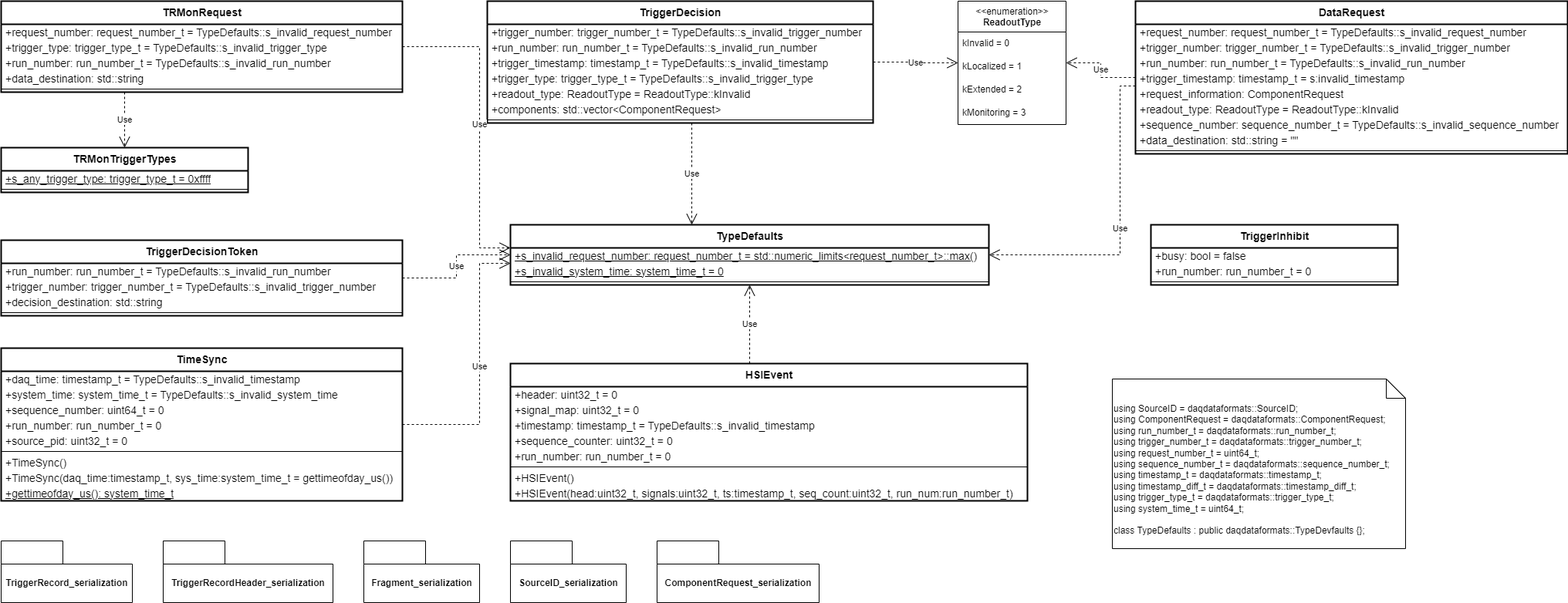
The draw.io diagram docs/dfmessages.png in DUNE-DAQ/dfmessages, before a commit. Source tidied: cells renumbered, new cells last; positions are measured from the earlier drawing's top-left corner, leaving out a move shared by most shapes.
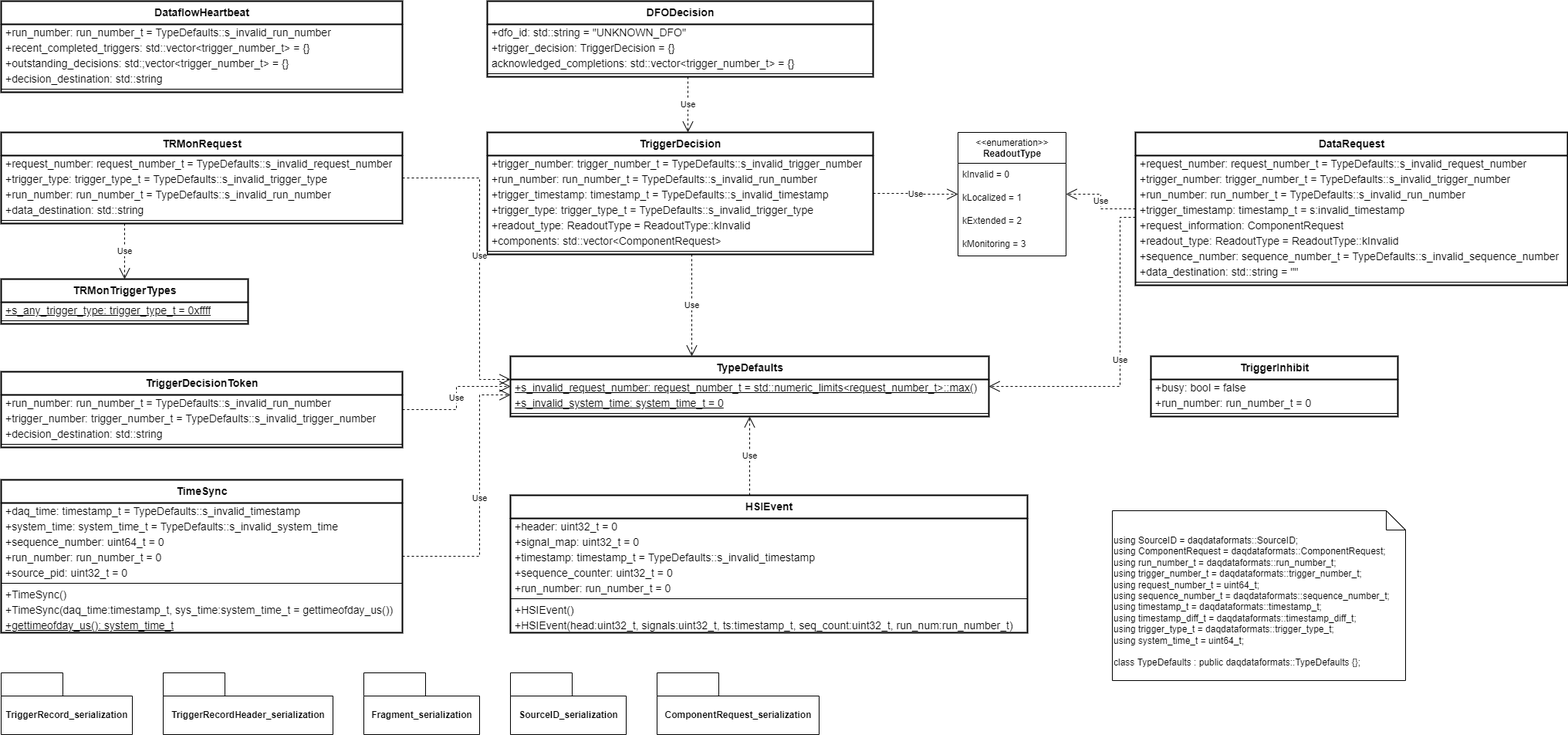
The same diagram one commit later.

Commit message:
Add DFODecision and DataflowHeartbeat to documentation

What changed in the source:
```diff
@@ -179,7 +179,7 @@
     <mxCell id="60" style="line;strokeWidth=1;fillColor=none;align=left;verticalAlign=middle;spacingTop=-1;spacingLeft=3;spacingRight=3;labelPosition=right;fontFamily=Helvetica;fontSize=14;" parent="57" vertex="1">
       <mxGeometry y="70" width="620" height="8" as="geometry" />
     </mxCell>
-    <mxCell id="61" value="using SourceID = daqdataformats::SourceID;&lt;br&gt;using ComponentRequest = daqdataformats::ComponentRequest;&lt;br&gt;using run_number_t = daqdataformats::run_number_t;&lt;br&gt;using trigger_number_t = daqdataformats::trigger_number_t;&lt;br&gt;using request_number_t = uint64_t;&lt;br&gt;using sequence_number_t = daqdataformats::sequence_number_t;&lt;br&gt;using timestamp_t = daqdataformats::timestamp_t;&lt;br&gt;using timestamp_diff_t = daqdataformats::timestamp_diff_t;&lt;br&gt;using trigger_type_t = daqdataformats::trigger_type_t;&lt;br&gt;using system_time_t = uint64_t;&lt;br&gt;&lt;br&gt;class TypeDefaults : public daqdataformats::TypeDevfaults {};" style="shape=note2;boundedLbl=1;whiteSpace=wrap;html=1;size=25;verticalAlign=top;align=left;" parent="1" vertex="1">
+    <mxCell id="61" value="using SourceID = daqdataformats::SourceID;&lt;br&gt;using ComponentRequest = daqdataformats::ComponentRequest;&lt;br&gt;using run_number_t = daqdataformats::run_number_t;&lt;br&gt;using trigger_number_t = daqdataformats::trigger_number_t;&lt;br&gt;using request_number_t = uint64_t;&lt;br&gt;using sequence_number_t = daqdataformats::sequence_number_t;&lt;br&gt;using timestamp_t = daqdataformats::timestamp_t;&lt;br&gt;using timestamp_diff_t = daqdataformats::timestamp_diff_t;&lt;br&gt;using trigger_type_t = daqdataformats::trigger_type_t;&lt;br&gt;using system_time_t = uint64_t;&lt;br&gt;&lt;br&gt;class TypeDefaults : public daqdataformats::TypeDefaults {};" style="shape=note2;boundedLbl=1;whiteSpace=wrap;html=1;size=25;verticalAlign=top;align=left;" parent="1" vertex="1">
       <mxGeometry x="1440" y="490" width="380" height="220" as="geometry" />
     </mxCell>
     <mxCell id="62" value="&amp;lt;&amp;lt;enumeration&amp;gt;&amp;gt;&lt;br&gt;&lt;b&gt;ReadoutType&lt;/b&gt;" style="swimlane;fontStyle=0;align=center;verticalAlign=top;horizontal=1;startSize=40;html=1;" parent="1" vertex="1">
@@ -255,5 +255,46 @@
         </Array>
       </mxGeometry>
     </mxCell>
+    <mxCell id="81" value="&lt;b&gt;DFODecision&lt;br&gt;&lt;/b&gt;" style="swimlane;fontStyle=0;align=center;verticalAlign=top;horizontal=1;startSize=30;html=1;fontFamily=Helvetica;fontSize=14;strokeWidth=2;fillColor=default;" parent="1" vertex="1">
+      <mxGeometry x="630" y="-170" width="500" height="98" as="geometry" />
+    </mxCell>
+    <mxCell id="82" value="+dfo_id: std::string = &quot;UNKNOWN_DFO&quot;" style="text;html=1;strokeColor=none;fillColor=none;align=left;verticalAlign=middle;spacingLeft=4;spacingRight=4;overflow=hidden;fontFamily=Helvetica;fontSize=14;" parent="81" vertex="1">
+      <mxGeometry y="30" width="500" height="20" as="geometry" />
+    </mxCell>
+    <mxCell id="83" value="+trigger_decision: TriggerDecision = {}" style="text;html=1;strokeColor=none;fillColor=none;align=left;verticalAlign=middle;spacingLeft=4;spacingRight=4;overflow=hidden;fontFamily=Helvetica;fontSize=14;" parent="81" vertex="1">
+      <mxGeometry y="50" width="500" height="20" as="geometry" />
+    </mxCell>
+    <mxCell id="84" value="acknowledged_completions: std::vector&amp;lt;trigger_number_t&amp;gt; = {}" style="text;html=1;strokeColor=none;fillColor=none;align=left;verticalAlign=middle;spacingLeft=4;spacingRight=4;overflow=hidden;fontFamily=Helvetica;fontSize=14;" parent="81" vertex="1">
+      <mxGeometry y="70" width="500" height="20" as="geometry" />
+    </mxCell>
+    <mxCell id="85" style="line;strokeWidth=1;fillColor=none;align=left;verticalAlign=middle;spacingTop=-1;spacingLeft=3;spacingRight=3;labelPosition=right;fontFamily=Helvetica;fontSize=14;" parent="81" vertex="1">
+      <mxGeometry y="90" width="500" height="8" as="geometry" />
+    </mxCell>
+    <mxCell id="86" value="&lt;b&gt;DataflowHeartbeat&lt;br&gt;&lt;/b&gt;" style="swimlane;fontStyle=0;align=center;verticalAlign=top;horizontal=1;startSize=30;html=1;fontFamily=Helvetica;fontSize=14;strokeWidth=2;fillColor=default;" parent="1" vertex="1">
+      <mxGeometry y="-170" width="520" height="118" as="geometry" />
+    </mxCell>
+    <mxCell id="87" value="+run_number: run_number_t = TypeDefaults::s_invalid_run_number" style="text;html=1;strokeColor=none;fillColor=none;align=left;verticalAlign=middle;spacingLeft=4;spacingRight=4;overflow=hidden;fontFamily=Helvetica;fontSize=14;" parent="86" vertex="1">
+      <mxGeometry y="30" width="520" height="20" as="geometry" />
+    </mxCell>
+    <mxCell id="88" value="+recent_completed_triggers: std::vector&amp;lt;trigger_number_t&amp;gt; = {}" style="text;html=1;strokeColor=none;fillColor=none;align=left;verticalAlign=middle;spacingLeft=4;spacingRight=4;overflow=hidden;fontFamily=Helvetica;fontSize=14;" parent="86" vertex="1">
+      <mxGeometry y="50" width="520" height="20" as="geometry" />
+    </mxCell>
+    <mxCell id="89" value="+outstanding_decisions: std:;vector&amp;lt;trigger_number_t&amp;gt; = {}" style="text;html=1;strokeColor=none;fillColor=none;align=left;verticalAlign=middle;spacingLeft=4;spacingRight=4;overflow=hidden;fontFamily=Helvetica;fontSize=14;" parent="86" vertex="1">
+      <mxGeometry y="70" width="520" height="20" as="geometry" />
+    </mxCell>
+    <mxCell id="90" value="+decision_destination: std::string" style="text;html=1;strokeColor=none;fillColor=none;align=left;verticalAlign=middle;spacingLeft=4;spacingRight=4;overflow=hidden;fontFamily=Helvetica;fontSize=14;" parent="86" vertex="1">
+      <mxGeometry y="90" width="520" height="20" as="geometry" />
+    </mxCell>
+    <mxCell id="91" style="line;strokeWidth=1;fillColor=none;align=left;verticalAlign=middle;spacingTop=-1;spacingLeft=3;spacingRight=3;labelPosition=right;fontFamily=Helvetica;fontSize=14;" parent="86" vertex="1">
+      <mxGeometry y="110" width="520" height="8" as="geometry" />
+    </mxCell>
+    <mxCell id="92" value="Use" style="endArrow=open;endSize=12;dashed=1;html=1;rounded=0;edgeStyle=elbowEdgeStyle;" parent="1" edge="1" source="81" target="43">
+      <mxGeometry relative="1" as="geometry">
+        <Array as="points">
+          <mxPoint x="890" y="-30" />
+          <mxPoint x="570" y="220" />
+        </Array>
+      </mxGeometry>
+    </mxCell>
   </root>
 </mxGraphModel>
```
